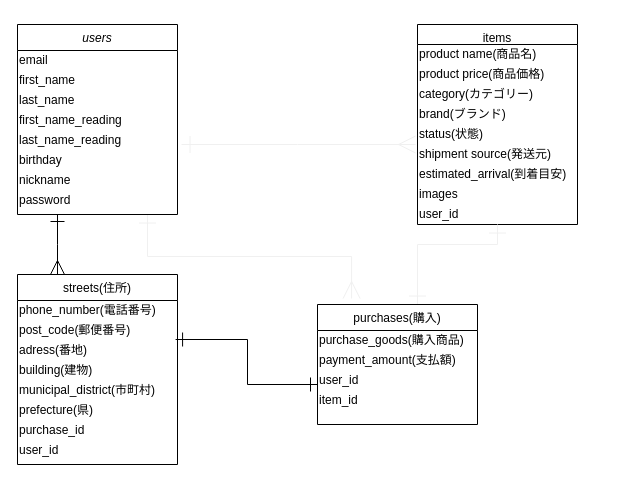
Before: furima.dio in yoshimu708/furima-32150, a draw.io diagram. Source tidied: cells renumbered, new cells numbered last; positions are measured from the earlier drawing's top-left corner, leaving out a move shared by most shapes. Both pictures are drawn from the tidied source at 100%, with x=0, y=0 at pixel (17, 24).
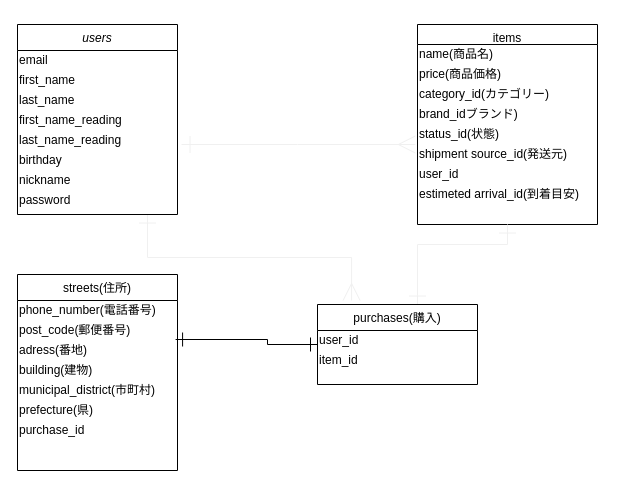
The same page after the edit.

Commit message (it also covers changes not shown here):
READMEの指摘箇所修正

Unchanged cells that the change refers to:
```xml
<mxCell id="36" value="adress(番地)" style="text;html=1;align=left;verticalAlign=middle;points=[];" parent="33" vertex="1">
  <mxGeometry y="66" width="160" height="20" as="geometry" />
</mxCell>
```

The edit, as a diff of the source:
```diff
@@
     <mxCell id="14" value="items" style="swimlane;fontStyle=0;align=center;verticalAlign=top;horizontal=1;startSize=20;rounded=0;shadow=0;strokeWidth=1;" parent="1" vertex="1">
-      <mxGeometry x="400" width="160" height="200" as="geometry" />
+      <mxGeometry x="400" width="180" height="200" as="geometry" />
     </mxCell>
-    <mxCell id="15" value="product name(商品名)" style="text;html=1;align=left;verticalAlign=middle;" parent="14" vertex="1">
-      <mxGeometry y="20" width="160" height="20" as="geometry" />
+    <mxCell id="15" value="name(商品名)" style="text;html=1;align=left;verticalAlign=middle;" parent="14" vertex="1">
+      <mxGeometry y="20" width="180" height="20" as="geometry" />
     </mxCell>
-    <mxCell id="16" value="product price(商品価格)" style="text;html=1;align=left;verticalAlign=middle;" parent="14" vertex="1">
-      <mxGeometry y="40" width="160" height="20" as="geometry" />
+    <mxCell id="16" value="price(商品価格)" style="text;html=1;align=left;verticalAlign=middle;" parent="14" vertex="1">
+      <mxGeometry y="40" width="180" height="20" as="geometry" />
     </mxCell>
-    <mxCell id="17" value="category(カテゴリー)" style="text;html=1;align=left;verticalAlign=middle;" parent="14" vertex="1">
-      <mxGeometry y="60" width="160" height="20" as="geometry" />
+    <mxCell id="17" value="category_id(カテゴリー)" style="text;html=1;align=left;verticalAlign=middle;" parent="14" vertex="1">
+      <mxGeometry y="60" width="180" height="20" as="geometry" />
     </mxCell>
-    <mxCell id="18" value="brand(ブランド)" style="text;html=1;align=left;verticalAlign=middle;" parent="14" vertex="1">
-      <mxGeometry y="80" width="160" height="20" as="geometry" />
+    <mxCell id="18" value="brand_idブランド)" style="text;html=1;align=left;verticalAlign=middle;" parent="14" vertex="1">
+      <mxGeometry y="80" width="180" height="20" as="geometry" />
     </mxCell>
-    <mxCell id="19" value="status(状態)" style="text;html=1;align=left;verticalAlign=middle;" parent="14" vertex="1">
-      <mxGeometry y="100" width="160" height="20" as="geometry" />
+    <mxCell id="19" value="status_id(状態)" style="text;html=1;align=left;verticalAlign=middle;" parent="14" vertex="1">
+      <mxGeometry y="100" width="180" height="20" as="geometry" />
     </mxCell>
-    <mxCell id="20" value="shipment source(発送元)" style="text;html=1;align=left;verticalAlign=middle;points=[];" parent="14" vertex="1">
-      <mxGeometry y="120" width="160" height="20" as="geometry" />
+    <mxCell id="20" value="shipment source_id(発送元)" style="text;html=1;align=left;verticalAlign=middle;points=[];" parent="14" vertex="1">
+      <mxGeometry y="120" width="180" height="20" as="geometry" />
     </mxCell>
@@
-    <mxCell id="22" value="estimated_arrival(到着目安)" style="text;html=1;align=left;verticalAlign=middle;" parent="14" vertex="1">
-      <mxGeometry y="140" width="160" height="20" as="geometry" />
-    </mxCell>
-    <mxCell id="23" value="images" style="text;html=1;align=left;verticalAlign=middle;" parent="14" vertex="1">
-      <mxGeometry y="160" width="160" height="20" as="geometry" />
-    </mxCell>
     <mxCell id="24" value="user_id" style="text;html=1;align=left;verticalAlign=middle;" parent="14" vertex="1">
-      <mxGeometry y="180" width="160" height="20" as="geometry" />
+      <mxGeometry y="140" width="180" height="20" as="geometry" />
     </mxCell>
+    <mxCell id="42" value="estimeted arrival_id(到着目安)" style="text;html=1;align=left;verticalAlign=middle;" parent="14" vertex="1">
+      <mxGeometry y="160" width="180" height="20" as="geometry" />
+    </mxCell>
@@
     <mxCell id="26" value="purchases(購入)" style="swimlane;fontStyle=0;align=center;verticalAlign=top;horizontal=1;startSize=26;rounded=0;shadow=0;strokeWidth=1;" parent="1" vertex="1">
-      <mxGeometry x="300" y="280" width="160" height="120" as="geometry" />
+      <mxGeometry x="300" y="280" width="160" height="80" as="geometry" />
     </mxCell>
-    <mxCell id="27" value="purchase_goods(購入商品)" style="text;html=1;align=left;verticalAlign=middle;" parent="26" vertex="1">
-      <mxGeometry y="26" width="160" height="20" as="geometry" />
-    </mxCell>
-    <mxCell id="28" value="payment_amount(支払額)" style="text;html=1;align=left;verticalAlign=middle;" parent="26" vertex="1">
-      <mxGeometry y="46" width="160" height="20" as="geometry" />
-    </mxCell>
     <mxCell id="29" value="user_id" style="text;html=1;align=left;verticalAlign=middle;points=[];" parent="26" vertex="1">
-      <mxGeometry y="66" width="160" height="20" as="geometry" />
+      <mxGeometry y="26" width="160" height="20" as="geometry" />
     </mxCell>
     <mxCell id="30" value="item_id" style="text;html=1;align=left;verticalAlign=middle;" parent="26" vertex="1">
-      <mxGeometry y="86" width="160" height="20" as="geometry" />
+      <mxGeometry y="46" width="160" height="20" as="geometry" />
     </mxCell>
-    <mxCell id="31" style="edgeStyle=orthogonalEdgeStyle;rounded=0;jettySize=auto;html=1;exitX=0.25;exitY=0;exitDx=0;exitDy=0;endArrow=ERone;endFill=0;startArrow=ERmany;startFill=0;endSize=12;startSize=12;" parent="1" edge="1" source="33">
-      <mxGeometry relative="1" as="geometry">
-        <mxPoint x="40" y="190" as="targetPoint" />
-      </mxGeometry>
-    </mxCell>
     <mxCell id="32" style="edgeStyle=orthogonalEdgeStyle;rounded=0;jettySize=auto;html=1;exitX=0.988;exitY=-0.05;exitDx=0;exitDy=0;entryX=0;entryY=0.7;entryDx=0;entryDy=0;entryPerimeter=0;startArrow=ERone;startFill=0;endArrow=ERone;endFill=0;exitPerimeter=0;endSize=12;startSize=12;" parent="1" edge="1" source="36" target="29">
       <mxGeometry relative="1" as="geometry">
         <Array as="points">
-          <mxPoint x="230" y="315" />
-          <mxPoint x="230" y="360" />
+          <mxPoint x="250" y="315" />
+          <mxPoint x="250" y="320" />
         </Array>
       </mxGeometry>
     </mxCell>
     <mxCell id="33" value="streets(住所)" style="swimlane;fontStyle=0;align=center;verticalAlign=top;horizontal=1;startSize=26;rounded=0;shadow=0;strokeWidth=1;" parent="1" vertex="1">
-      <mxGeometry y="250" width="160" height="190" as="geometry" />
+      <mxGeometry y="250" width="160" height="196" as="geometry" />
     </mxCell>
@@
-    <mxCell id="41" value="user_id" style="text;html=1;align=left;verticalAlign=middle;" parent="33" vertex="1">
-      <mxGeometry y="166" width="160" height="20" as="geometry" />
-    </mxCell>
```
